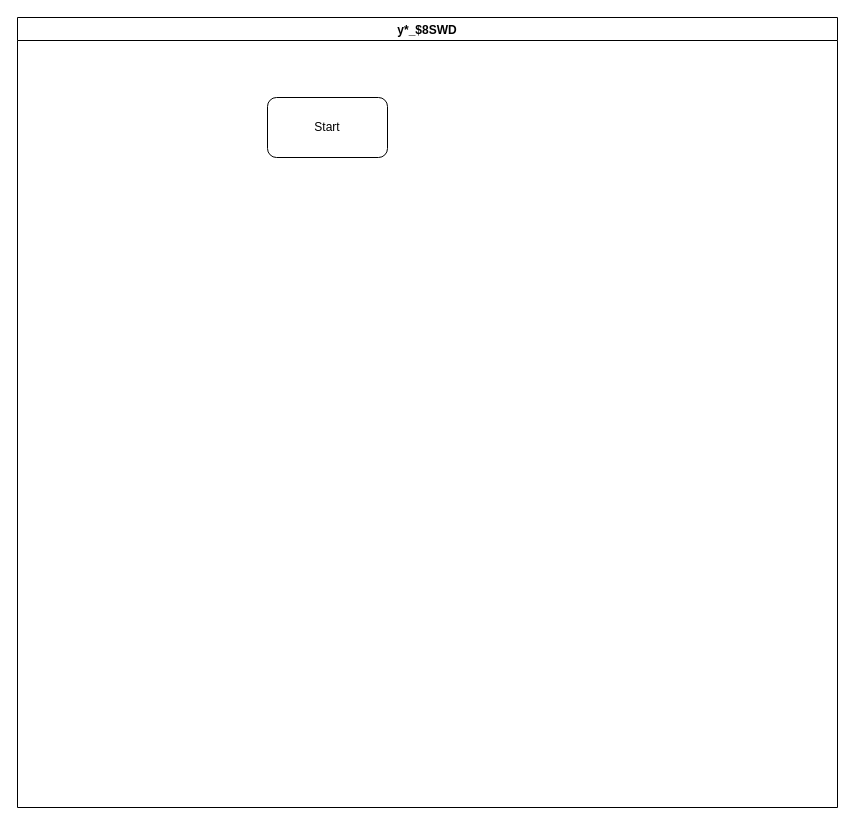
The draw.io diagram TPF-HR-Disciplinary process.drawio in kmagua/flowcharts, before the edit. Source tidied: cells renumbered, new cells numbered last; positions are measured from the earlier drawing's top-left corner, leaving out a move shared by most shapes. Both pictures are drawn from the tidied source at 100%, with x=0, y=0 at pixel (17, 17).
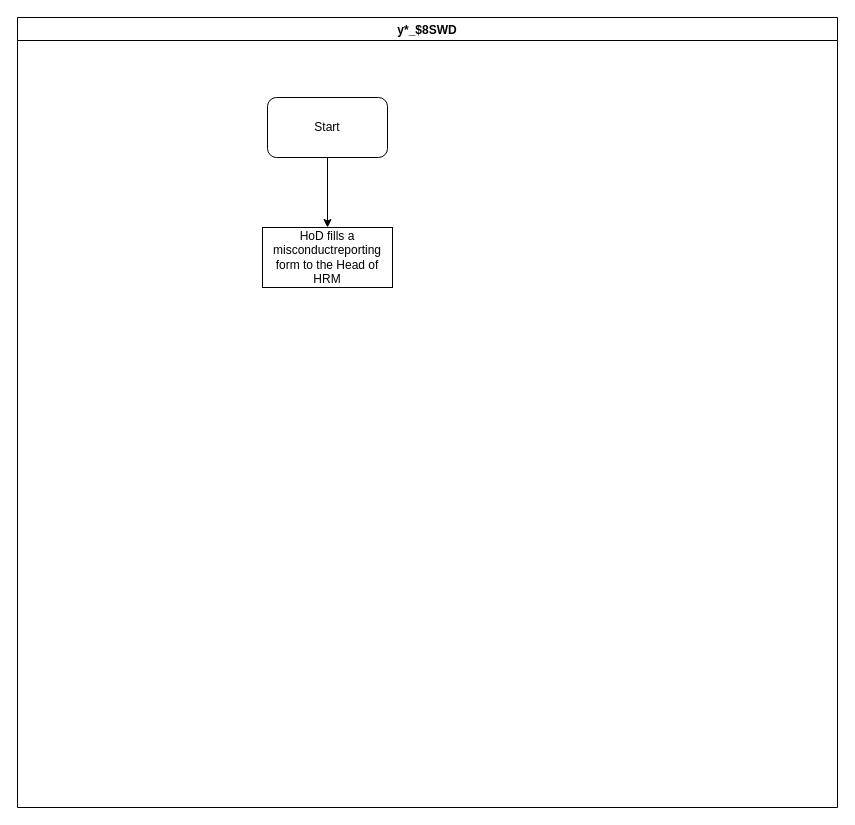
Above is the later version.

The edit, as a diff of the source:
```diff
@@
 <mxGraphModel>
   <root>
     <mxCell id="0" />
     <mxCell id="1" parent="0" />
     <mxCell id="2" value="y*_$8SWD" style="swimlane;" parent="1" vertex="1">
       <mxGeometry width="820" height="790" as="geometry" />
     </mxCell>
     <mxCell id="3" value="Start" style="rounded=1;whiteSpace=wrap;html=1;" parent="2" vertex="1">
       <mxGeometry x="250" y="80" width="120" height="60" as="geometry" />
     </mxCell>
+    <mxCell id="4" value="&lt;span lang=&quot;EN-GB&quot;&gt;HoD fills a misconductreporting form to the Head of HRM &lt;/span&gt;" style="rounded=0;whiteSpace=wrap;html=1;" parent="2" vertex="1">
+      <mxGeometry x="245" y="210" width="130" height="60" as="geometry" />
+    </mxCell>
+    <mxCell id="5" style="edgeStyle=orthogonalEdgeStyle;rounded=0;jettySize=auto;html=1;" parent="2" edge="1" source="3" target="4">
+      <mxGeometry relative="1" as="geometry" />
+    </mxCell>
   </root>
 </mxGraphModel>
```
